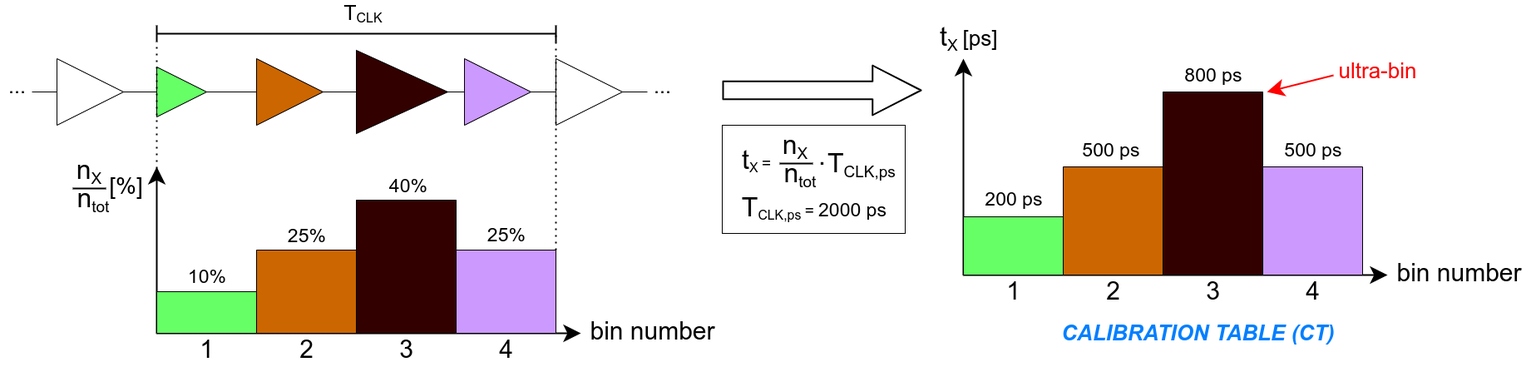
mconsonni96/Tesi keeps this draw.io diagram as 3.Main-Work/images/CDT_CT.png. Above is the earlier version. Source tidied: cells renumbered, new cells last; positions are measured from the earlier drawing's top-left corner, leaving out a move shared by most shapes.
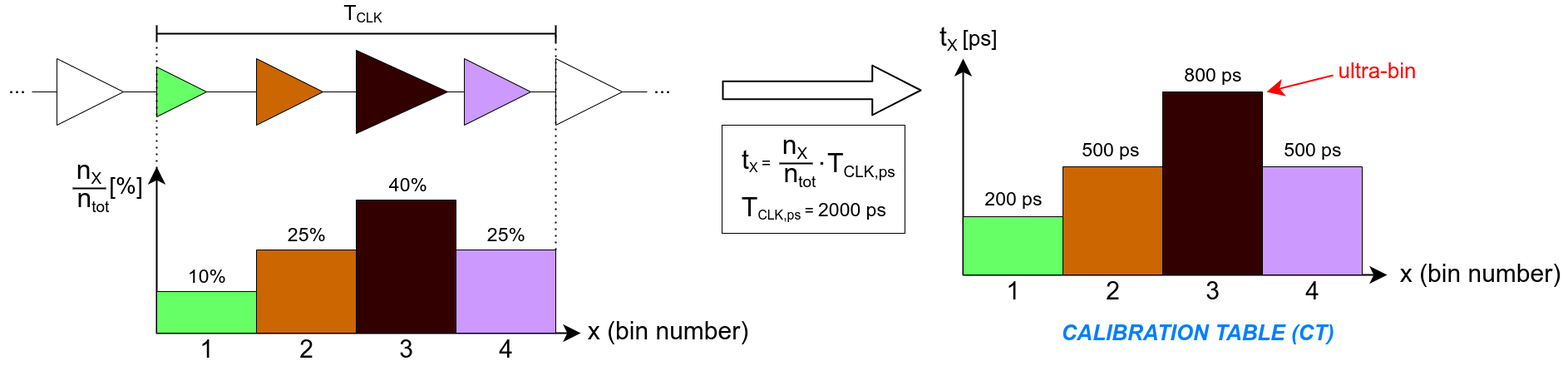
The same diagram one commit later.

Commit message:
figure migliori per il calibratore

Diff of the diagram source:
```diff
@@ -98,8 +98,8 @@
     <mxCell id="23" value="&lt;font color=&quot;#000000&quot;&gt;&lt;font style=&quot;font-size: 32px&quot;&gt;n&lt;/font&gt;&lt;sub&gt;&lt;font style=&quot;font-size: 19px&quot;&gt;X&amp;nbsp;&lt;/font&gt;&lt;/sub&gt;&lt;/font&gt;" style="text;html=1;align=center;verticalAlign=middle;fillColor=none;strokeColor=none;rounded=0;fontSize=25;rotation=0;" parent="1" vertex="1">
       <mxGeometry x="84" y="180" width="50" height="50" as="geometry" />
     </mxCell>
-    <mxCell id="24" value="&lt;font style=&quot;font-size: 30px&quot; color=&quot;#000000&quot;&gt;bin number&lt;/font&gt;" style="text;html=1;align=center;verticalAlign=middle;fillColor=none;strokeColor=none;rounded=0;fontSize=25;rotation=0;" parent="1" vertex="1">
-      <mxGeometry x="699" y="377" width="170" height="40" as="geometry" />
+    <mxCell id="24" value="&lt;font style=&quot;font-size: 30px&quot; color=&quot;#000000&quot;&gt;x (bin number)&lt;/font&gt;" style="text;html=1;align=center;verticalAlign=middle;fillColor=none;strokeColor=none;rounded=0;fontSize=25;rotation=0;" parent="1" vertex="1">
+      <mxGeometry x="698" y="377" width="210" height="40" as="geometry" />
     </mxCell>
     <mxCell id="25" style="rounded=0;whiteSpace=wrap;html=1;fontSize=30;direction=south;fillColor=#66FF66;" parent="1" vertex="1">
       <mxGeometry x="188" y="350" width="120" height="50" as="geometry" />
@@ -181,9 +181,6 @@
         <mxPoint x="1668" y="330" as="targetPoint" />
       </mxGeometry>
     </mxCell>
-    <mxCell id="45" value="&lt;font style=&quot;font-size: 30px&quot; color=&quot;#000000&quot;&gt;bin number&lt;/font&gt;" style="text;html=1;align=center;verticalAlign=middle;fillColor=none;strokeColor=none;rounded=0;fontSize=25;rotation=0;" parent="1" vertex="1">
-      <mxGeometry x="1669" y="307" width="170" height="40" as="geometry" />
-    </mxCell>
     <mxCell id="46" style="rounded=0;whiteSpace=wrap;html=1;fontSize=30;direction=south;fillColor=#66FF66;" parent="1" vertex="1">
       <mxGeometry x="1158" y="260" width="120" height="70" as="geometry" />
     </mxCell>
@@ -262,5 +259,8 @@
     <mxCell id="70" value="&lt;font color=&quot;#000000&quot;&gt;&lt;font style=&quot;font-size: 23px&quot;&gt;40%&lt;/font&gt;&lt;sub style=&quot;font-size: 19px&quot;&gt;&amp;nbsp;&lt;/sub&gt;&lt;/font&gt;" style="text;html=1;align=center;verticalAlign=middle;fillColor=none;strokeColor=none;rounded=0;fontSize=25;rotation=0;" parent="1" vertex="1">
       <mxGeometry x="458" y="203.5" width="70" height="40" as="geometry" />
     </mxCell>
+    <mxCell id="71" value="&lt;font style=&quot;font-size: 30px&quot; color=&quot;#000000&quot;&gt;x (bin number)&lt;/font&gt;" style="text;html=1;align=center;verticalAlign=middle;fillColor=none;strokeColor=none;rounded=0;fontSize=25;rotation=0;" parent="1" vertex="1">
+      <mxGeometry x="1675" y="308" width="210" height="40" as="geometry" />
+    </mxCell>
   </root>
 </mxGraphModel>
```
